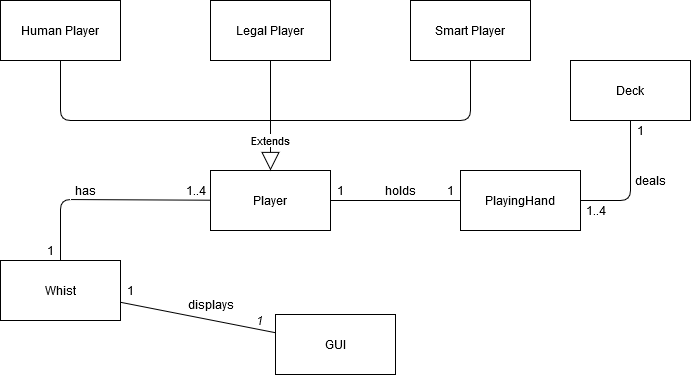
The draw.io diagram Whist/Domain_model.png in Aneesh1997/assignment-2, before a commit. Source tidied: cells renumbered, new cells last; positions are measured from the earlier drawing's top-left corner, leaving out a move shared by most shapes. Its diagram source:
```xml
<mxGraphModel>
  <root>
    <mxCell id="0" />
    <mxCell id="1" parent="0" />
    <mxCell id="2" value="Whist" style="rounded=0;whiteSpace=wrap;html=1;" parent="1" vertex="1">
      <mxGeometry y="260" width="120" height="60" as="geometry" />
    </mxCell>
    <mxCell id="3" value="GUI" style="rounded=0;whiteSpace=wrap;html=1;" parent="1" vertex="1">
      <mxGeometry x="275" y="314" width="120" height="60" as="geometry" />
    </mxCell>
    <mxCell id="4" value="Player" style="rounded=0;whiteSpace=wrap;html=1;" parent="1" vertex="1">
      <mxGeometry x="210" y="170" width="120" height="60" as="geometry" />
    </mxCell>
    <mxCell id="5" value="Human Player" style="rounded=0;whiteSpace=wrap;html=1;" parent="1" vertex="1">
      <mxGeometry width="120" height="60" as="geometry" />
    </mxCell>
    <mxCell id="6" value="Legal Player" style="rounded=0;whiteSpace=wrap;html=1;" parent="1" vertex="1">
      <mxGeometry x="210" width="120" height="60" as="geometry" />
    </mxCell>
    <mxCell id="7" value="Smart Player" style="rounded=0;whiteSpace=wrap;html=1;" parent="1" vertex="1">
      <mxGeometry x="410" width="120" height="60" as="geometry" />
    </mxCell>
    <mxCell id="8" value="PlayingHand" style="rounded=0;whiteSpace=wrap;html=1;" parent="1" vertex="1">
      <mxGeometry x="460" y="170" width="120" height="60" as="geometry" />
    </mxCell>
    <mxCell id="9" style="endArrow=none;html=1;" parent="1" edge="1" source="2" target="4">
      <mxGeometry relative="1" as="geometry">
        <Array as="points">
          <mxPoint x="60" y="199" />
        </Array>
      </mxGeometry>
    </mxCell>
    <mxCell id="10" value="has" style="text;html=1;align=center;verticalAlign=middle;" parent="1" vertex="1">
      <mxGeometry x="70" y="180" width="30" height="20" as="geometry" />
    </mxCell>
    <mxCell id="11" value="1..4" style="text;html=1;align=center;verticalAlign=middle;" parent="1" vertex="1">
      <mxGeometry x="180" y="180" width="30" height="20" as="geometry" />
    </mxCell>
    <mxCell id="12" value="1" style="text;html=1;align=center;verticalAlign=middle;" parent="1" vertex="1">
      <mxGeometry x="40" y="240" width="20" height="20" as="geometry" />
    </mxCell>
    <mxCell id="13" style="endArrow=none;html=1;" parent="1" edge="1" source="4" target="8">
      <mxGeometry relative="1" as="geometry" />
    </mxCell>
    <mxCell id="14" value="holds" style="text;html=1;align=center;verticalAlign=middle;" parent="1" vertex="1">
      <mxGeometry x="380" y="180" width="40" height="20" as="geometry" />
    </mxCell>
    <mxCell id="15" value="1" style="text;html=1;align=center;verticalAlign=middle;" parent="1" vertex="1">
      <mxGeometry x="330" y="180" width="20" height="20" as="geometry" />
    </mxCell>
    <mxCell id="16" value="1" style="text;html=1;align=center;verticalAlign=middle;" parent="1" vertex="1">
      <mxGeometry x="440" y="180" width="20" height="20" as="geometry" />
    </mxCell>
    <mxCell id="17" style="endArrow=none;html=1;" parent="1" edge="1" source="3" target="2">
      <mxGeometry relative="1" as="geometry" />
    </mxCell>
    <mxCell id="18" value="displays" style="text;html=1;align=center;verticalAlign=middle;" parent="1" vertex="1">
      <mxGeometry x="180" y="294" width="60" height="20" as="geometry" />
    </mxCell>
    <mxCell id="19" value="1" style="text;html=1;align=center;verticalAlign=middle;" parent="1" vertex="1">
      <mxGeometry x="120" y="280" width="20" height="20" as="geometry" />
    </mxCell>
    <mxCell id="20" value="1" style="text;html=1;align=center;verticalAlign=middle;rotation=10;" parent="1" vertex="1">
      <mxGeometry x="250" y="310" width="20" height="20" as="geometry" />
    </mxCell>
    <mxCell id="21" value="Extends" style="endArrow=block;endSize=16;endFill=0;html=1;entryX=0.5;entryY=0;entryDx=0;entryDy=0;" parent="1" edge="1" source="6" target="4">
      <mxGeometry x="0.45" relative="1" as="geometry" />
    </mxCell>
    <mxCell id="22" style="endArrow=none;html=1;" parent="1" edge="1" source="5">
      <mxGeometry relative="1" as="geometry">
        <mxPoint x="270" y="120" as="targetPoint" />
        <Array as="points">
          <mxPoint x="60" y="120" />
        </Array>
      </mxGeometry>
    </mxCell>
    <mxCell id="23" style="endArrow=none;html=1;" parent="1" edge="1" source="7">
      <mxGeometry relative="1" as="geometry">
        <mxPoint x="270" y="120" as="targetPoint" />
        <Array as="points">
          <mxPoint x="470" y="120" />
        </Array>
      </mxGeometry>
    </mxCell>
    <mxCell id="24" value="Deck" style="rounded=0;whiteSpace=wrap;html=1;" parent="1" vertex="1">
      <mxGeometry x="570" y="60" width="120" height="60" as="geometry" />
    </mxCell>
    <mxCell id="25" style="endArrow=none;html=1;entryX=1;entryY=0.5;entryDx=0;entryDy=0;" parent="1" edge="1" source="24" target="8">
      <mxGeometry relative="1" as="geometry">
        <Array as="points">
          <mxPoint x="630" y="200" />
        </Array>
      </mxGeometry>
    </mxCell>
    <mxCell id="26" value="deals" style="text;html=1;align=center;verticalAlign=middle;" parent="1" vertex="1">
      <mxGeometry x="630" y="170" width="40" height="20" as="geometry" />
    </mxCell>
    <mxCell id="27" value="1" style="text;html=1;align=center;verticalAlign=middle;" parent="1" vertex="1">
      <mxGeometry x="630" y="120" width="20" height="20" as="geometry" />
    </mxCell>
    <mxCell id="28" value="1..4" style="text;html=1;align=center;verticalAlign=middle;" parent="1" vertex="1">
      <mxGeometry x="580" y="200" width="30" height="20" as="geometry" />
    </mxCell>
  </root>
</mxGraphModel>
```
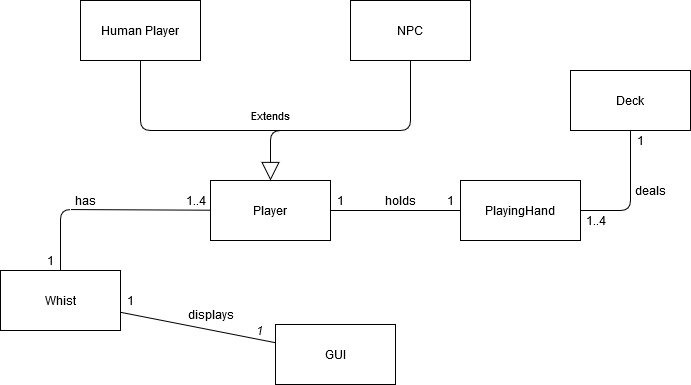
Above is the later version.

The edit, as a diff of the source:
```diff
@@ -12,14 +12,11 @@
       <mxGeometry x="210" y="170" width="120" height="60" as="geometry" />
     </mxCell>
     <mxCell id="5" value="Human Player" style="rounded=0;whiteSpace=wrap;html=1;" parent="1" vertex="1">
-      <mxGeometry width="120" height="60" as="geometry" />
+      <mxGeometry x="80" y="-10" width="120" height="60" as="geometry" />
     </mxCell>
-    <mxCell id="6" value="Legal Player" style="rounded=0;whiteSpace=wrap;html=1;" parent="1" vertex="1">
-      <mxGeometry x="210" width="120" height="60" as="geometry" />
+    <mxCell id="6" value="NPC" style="rounded=0;whiteSpace=wrap;html=1;" parent="1" vertex="1">
+      <mxGeometry x="350" y="-10" width="120" height="60" as="geometry" />
     </mxCell>
-    <mxCell id="7" value="Smart Player" style="rounded=0;whiteSpace=wrap;html=1;" parent="1" vertex="1">
-      <mxGeometry x="410" width="120" height="60" as="geometry" />
-    </mxCell>
     <mxCell id="8" value="PlayingHand" style="rounded=0;whiteSpace=wrap;html=1;" parent="1" vertex="1">
       <mxGeometry x="460" y="170" width="120" height="60" as="geometry" />
     </mxCell>
@@ -64,24 +61,22 @@
       <mxGeometry x="250" y="310" width="20" height="20" as="geometry" />
     </mxCell>
     <mxCell id="21" value="Extends" style="endArrow=block;endSize=16;endFill=0;html=1;entryX=0.5;entryY=0;entryDx=0;entryDy=0;" parent="1" edge="1" source="6" target="4">
-      <mxGeometry x="0.45" relative="1" as="geometry" />
+      <mxGeometry x="0.66" y="-20" relative="1" as="geometry">
+        <Array as="points">
+          <mxPoint x="410" y="120" />
+          <mxPoint x="270" y="120" />
+        </Array>
+        <mxPoint x="20" y="-20" as="offset" />
+      </mxGeometry>
     </mxCell>
     <mxCell id="22" style="endArrow=none;html=1;" parent="1" edge="1" source="5">
       <mxGeometry relative="1" as="geometry">
-        <mxPoint x="270" y="120" as="targetPoint" />
+        <mxPoint x="280" y="120" as="targetPoint" />
         <Array as="points">
-          <mxPoint x="60" y="120" />
+          <mxPoint x="140" y="120" />
         </Array>
       </mxGeometry>
     </mxCell>
-    <mxCell id="23" style="endArrow=none;html=1;" parent="1" edge="1" source="7">
-      <mxGeometry relative="1" as="geometry">
-        <mxPoint x="270" y="120" as="targetPoint" />
-        <Array as="points">
-          <mxPoint x="470" y="120" />
-        </Array>
-      </mxGeometry>
-    </mxCell>
     <mxCell id="24" value="Deck" style="rounded=0;whiteSpace=wrap;html=1;" parent="1" vertex="1">
       <mxGeometry x="570" y="60" width="120" height="60" as="geometry" />
     </mxCell>
```
